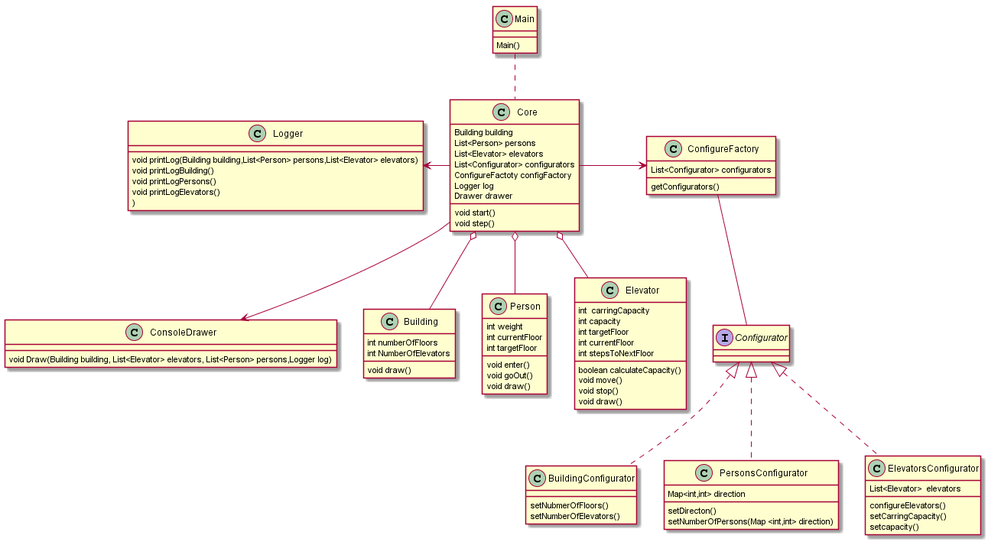
This is docs/classDiagrammElevators.png from Alegerd/javaPractice2017, a PlantUML export, as it was before one commit. Its diagram source:
```plantuml
@startuml
Main..Core

Core -left>Logger
Core -->ConsoleDrawer
Core -down>ConfigureFactory
Core o--Building
Core o--Person
Core o--Elevator
ConfigureFactory--Configurator
Configurator<|..BuildingConfigurator
Configurator<|..PersonsConfigurator
Configurator<|..ElevatorsConfigurator
class Main{
 Main()
}
class ConsoleDrawer{
 void Draw(Building building, List<Elevator> elevators, List<Person> persons,Logger log)
}
class Elevator{
int  carringCapacity
int capacity
int targetFloor
int currentFloor
int stepsToNextFloor
boolean calculateCapacity()
void move()
void stop()
void draw()
}
class Person{
int weight
int currentFloor
int targetFloor
void enter()
void goOut()
void draw()
}
class Building{
int numberOfFloors
int NumberOfElevators
void draw()
}
class Core{
Building building
List<Person> persons
List<Elevator> elevators
List<Configurator> configurators
ConfigureFactoty configFactory
Logger log
Drawer drawer
void start()
void step()

}
class Logger{
void printLog(Building building,List<Person> persons,List<Elevator> elevators)
void printLogBuilding()
void printLogPersons()
void printLogElevators()
)
}
interface Configurator{
}
class BuildingConfigurator{
setNubmerOfFloors()
setNumberOfElevators()
}
class PersonsConfigurator{
Map<int,int> direction
setDirecton()
setNumberOfPersons(Map <int,int> direction)
}
class ElevatorsConfigurator{
List<Elevator>  elevators
configureElevators()
setCarringCapacity()
setcapacity()
}
class ConfigureFactory{
List<Configurator> configurators
getConfigurators()
}
@enduml
```
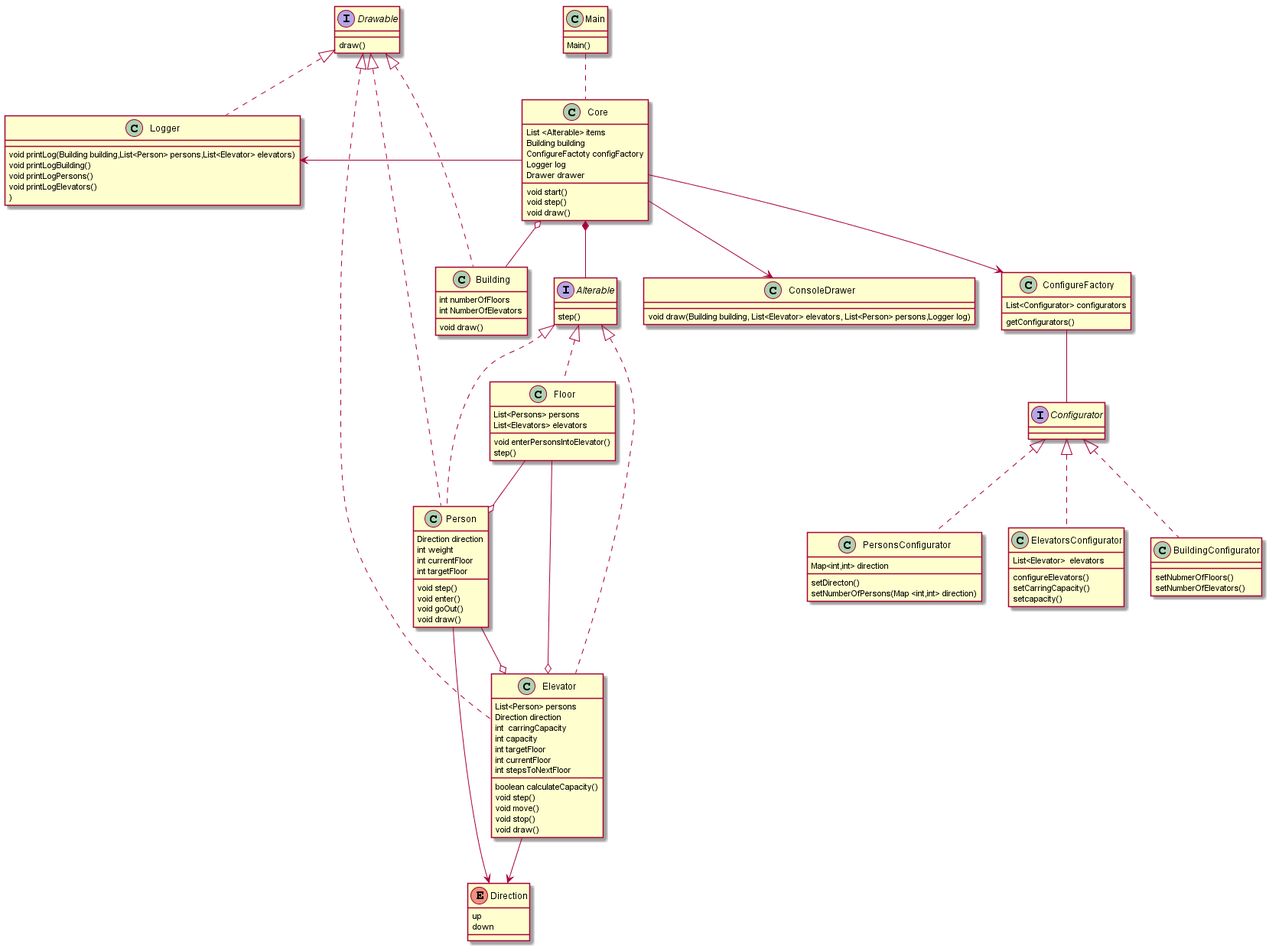
The same diagram one commit later.

What changed in the source:
```diff
@@ -3,35 +3,51 @@
 
 Core -left>Logger
 Core -->ConsoleDrawer
-Core -down>ConfigureFactory
+Core -->ConfigureFactory
 Core o--Building
-Core o--Person
-Core o--Elevator
 ConfigureFactory--Configurator
 Configurator<|..BuildingConfigurator
 Configurator<|..PersonsConfigurator
 Configurator<|..ElevatorsConfigurator
+Drawable<|..Person
+Drawable<|..Building
+Drawable<|..Elevator
+Drawable<|.. Logger
+Alterable<|..Elevator
+Alterable<|..Person
+Alterable<|..Floor
+Core *--Alterable
+Floor--o Person
+Floor --o Elevator
+Person--o Elevator
+Person-->Direction
+Elevator-->Direction
 class Main{
  Main()
 }
 class ConsoleDrawer{
- void Draw(Building building, List<Elevator> elevators, List<Person> persons,Logger log)
+ void draw(Building building, List<Elevator> elevators, List<Person> persons,Logger log)
 }
 class Elevator{
+List<Person> persons
+Direction direction
 int  carringCapacity
 int capacity
 int targetFloor
 int currentFloor
 int stepsToNextFloor
 boolean calculateCapacity()
+void step()
 void move()
 void stop()
 void draw()
 }
 class Person{
+Direction direction
 int weight
 int currentFloor
 int targetFloor
+void step()
 void enter()
 void goOut()
 void draw()
@@ -42,16 +58,14 @@
 void draw()
 }
 class Core{
+List <Alterable> items
 Building building
-List<Person> persons
-List<Elevator> elevators
-List<Configurator> configurators
 ConfigureFactoty configFactory
 Logger log
 Drawer drawer
 void start()
 void step()
-
+void draw()
 }
 class Logger{
 void printLog(Building building,List<Person> persons,List<Elevator> elevators)
@@ -81,4 +95,21 @@
 List<Configurator> configurators
 getConfigurators()
 }
+class Floor{
+List<Persons> persons
+List<Elevators> elevators
+void enterPersonsIntoElevator()
+step()
+}
+interface Drawable{
+draw()
+}
+interface Alterable{
+step()
+}
+
+enum Direction{
+up
+down
+}
 @enduml
```
